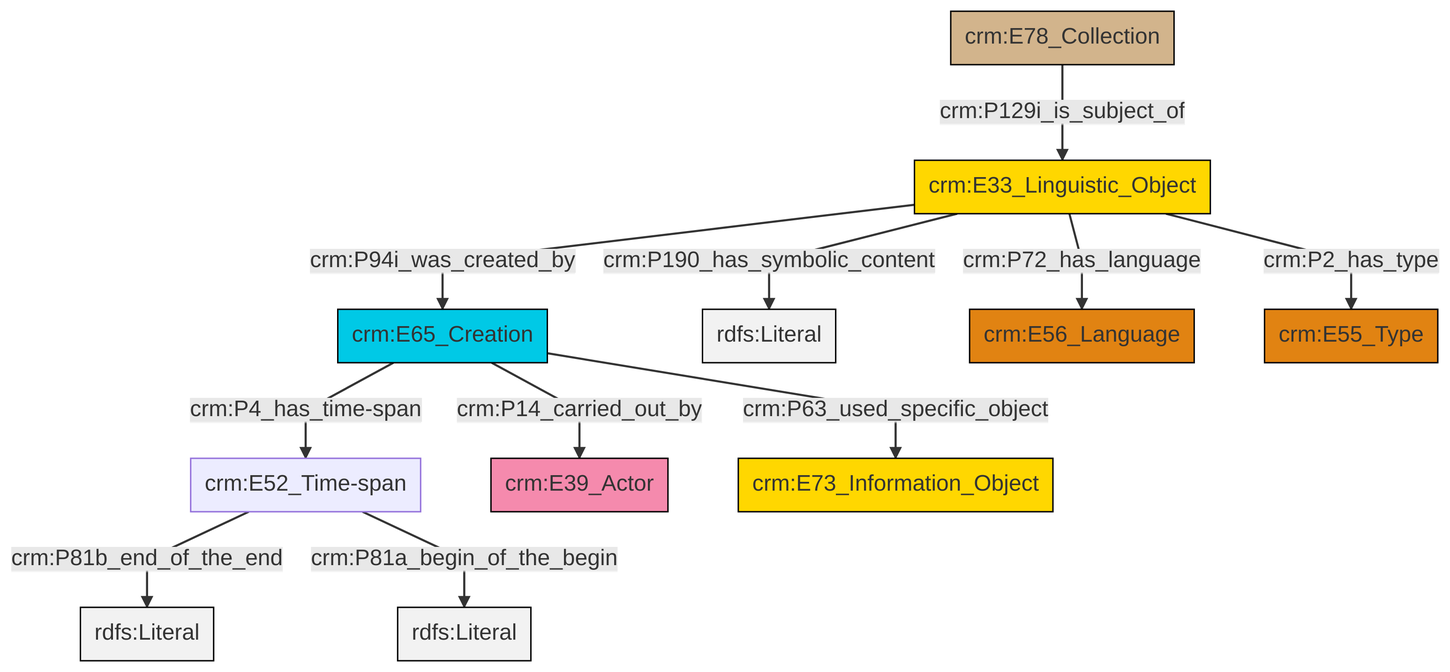
Above: et/archivalCSV/ttl/mmd/png/archival_desc.png in swiss-art-research-net/docs.swissartresearch (Mermaid), before the change. Its source is kept beside it as et/archivalCSV/ttl/mmd/archival_desc.ttl.mmd.
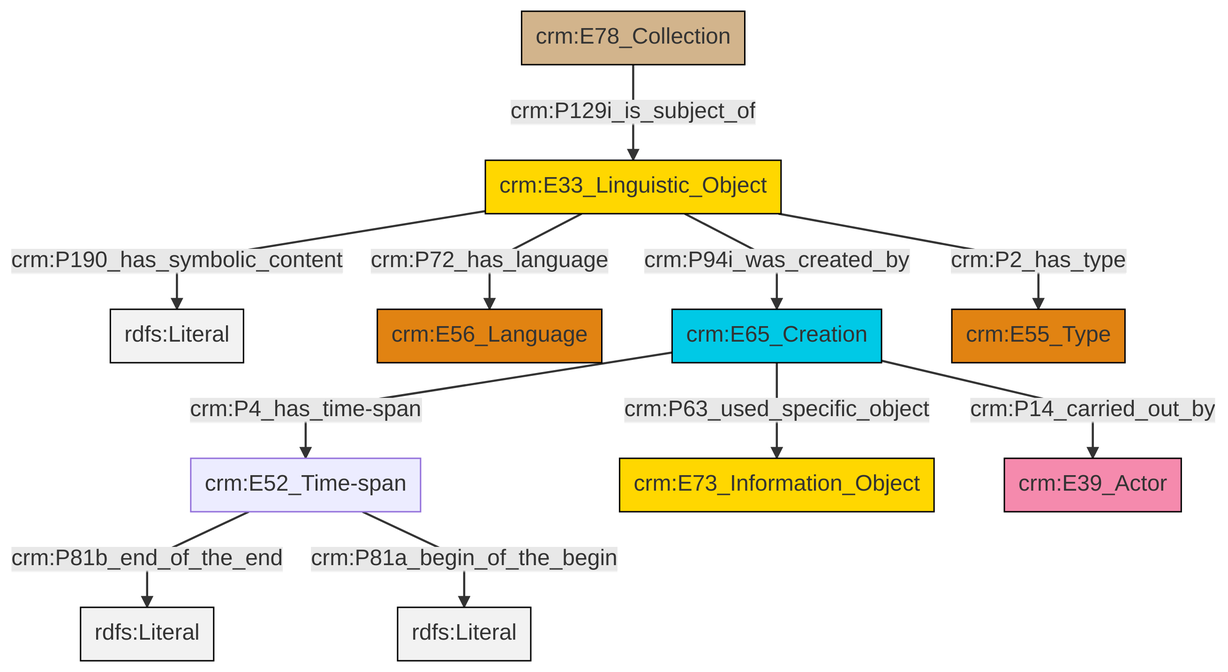
After the change.

The edit, as a diff of the source:
```diff
@@ -13,13 +13,13 @@
 classDef PC_Classes fill:#4ce600, stroke:#000000;
 classDef Multi fill:#cccccc,stroke:#000000;
 
-0["crm:E33_Linguistic_Object"]:::Conceptual_Object -->|crm:P94i_was_created_by| 1["crm:E65_Creation"]:::Temporal_Entity
+0["crm:E33_Linguistic_Object"]:::Conceptual_Object -->|crm:P190_has_symbolic_content| 1[rdfs:Literal]:::Literal
 2["crm:E52_Time-span"]:::Default -->|crm:P81b_end_of_the_end| 3[rdfs:Literal]:::Literal
-1["crm:E65_Creation"]:::Temporal_Entity -->|crm:P4_has_time-span| 2["crm:E52_Time-span"]:::Default
-0["crm:E33_Linguistic_Object"]:::Conceptual_Object -->|crm:P190_has_symbolic_content| 5[rdfs:Literal]:::Literal
-6["crm:E78_Collection"]:::Physical_Thing -->|crm:P129i_is_subject_of| 0["crm:E33_Linguistic_Object"]:::Conceptual_Object
-0["crm:E33_Linguistic_Object"]:::Conceptual_Object -->|crm:P72_has_language| 7["crm:E56_Language"]:::Type
+7["crm:E78_Collection"]:::Physical_Thing -->|crm:P129i_is_subject_of| 0["crm:E33_Linguistic_Object"]:::Conceptual_Object
 2["crm:E52_Time-span"]:::Default -->|crm:P81a_begin_of_the_begin| 8[rdfs:Literal]:::Literal
-0["crm:E33_Linguistic_Object"]:::Conceptual_Object -->|crm:P2_has_type| 11["crm:E55_Type"]:::Type
-1["crm:E65_Creation"]:::Temporal_Entity -->|crm:P14_carried_out_by| 12["crm:E39_Actor"]:::Actor
-1["crm:E65_Creation"]:::Temporal_Entity -->|crm:P63_used_specific_object| 17["crm:E73_Information_Object"]:::Conceptual_Object
+0["crm:E33_Linguistic_Object"]:::Conceptual_Object -->|crm:P94i_was_created_by| 9["crm:E65_Creation"]:::Temporal_Entity
+0["crm:E33_Linguistic_Object"]:::Conceptual_Object -->|crm:P72_has_language| 5["crm:E56_Language"]:::Type
+0["crm:E33_Linguistic_Object"]:::Conceptual_Object -->|crm:P2_has_type| 12["crm:E55_Type"]:::Type
+9["crm:E65_Creation"]:::Temporal_Entity -->|crm:P63_used_specific_object| 10["crm:E73_Information_Object"]:::Conceptual_Object
+9["crm:E65_Creation"]:::Temporal_Entity -->|crm:P14_carried_out_by| 14["crm:E39_Actor"]:::Actor
+9["crm:E65_Creation"]:::Temporal_Entity -->|crm:P4_has_time-span| 2["crm:E52_Time-span"]:::Default
```
